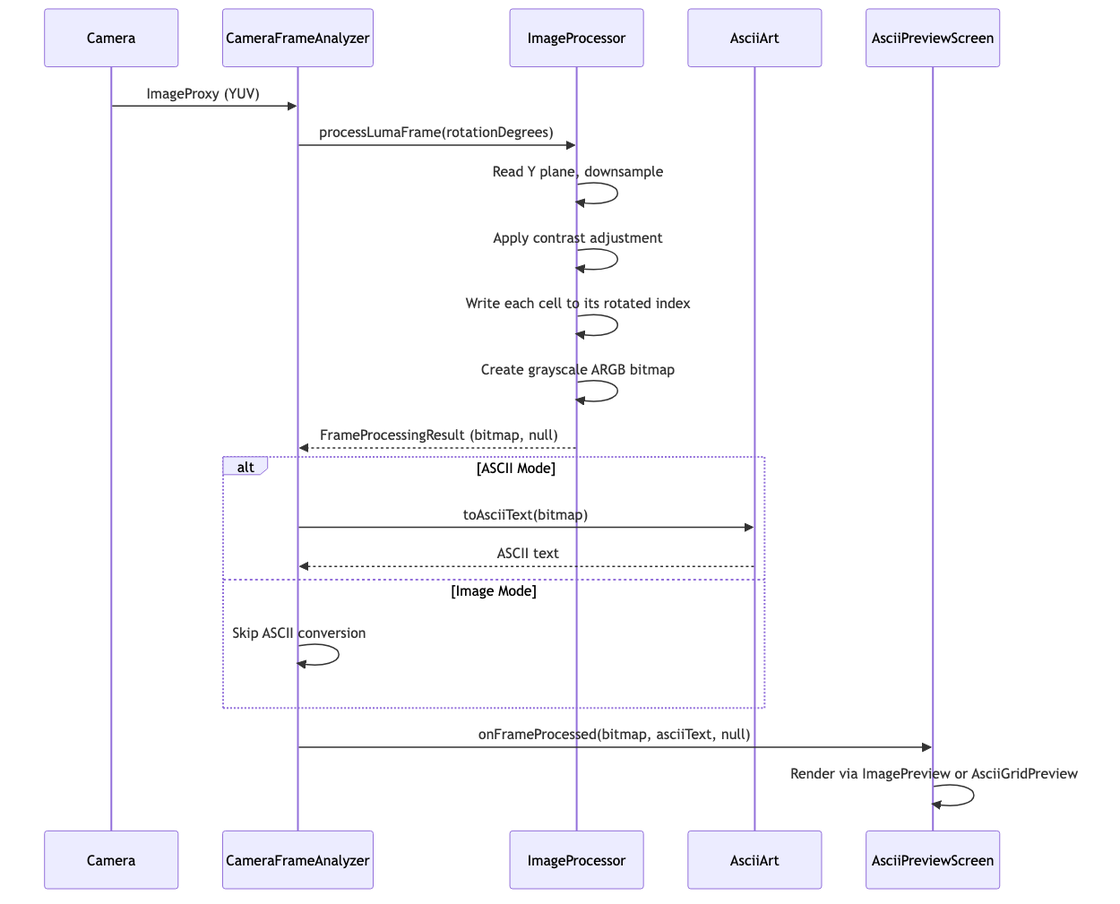
This is docs/sequence-grayscale.png from replicant1/AsciiArt, a Mermaid export, as it was before one commit. Its source is kept beside it as docs/sequence-grayscale.mmd.
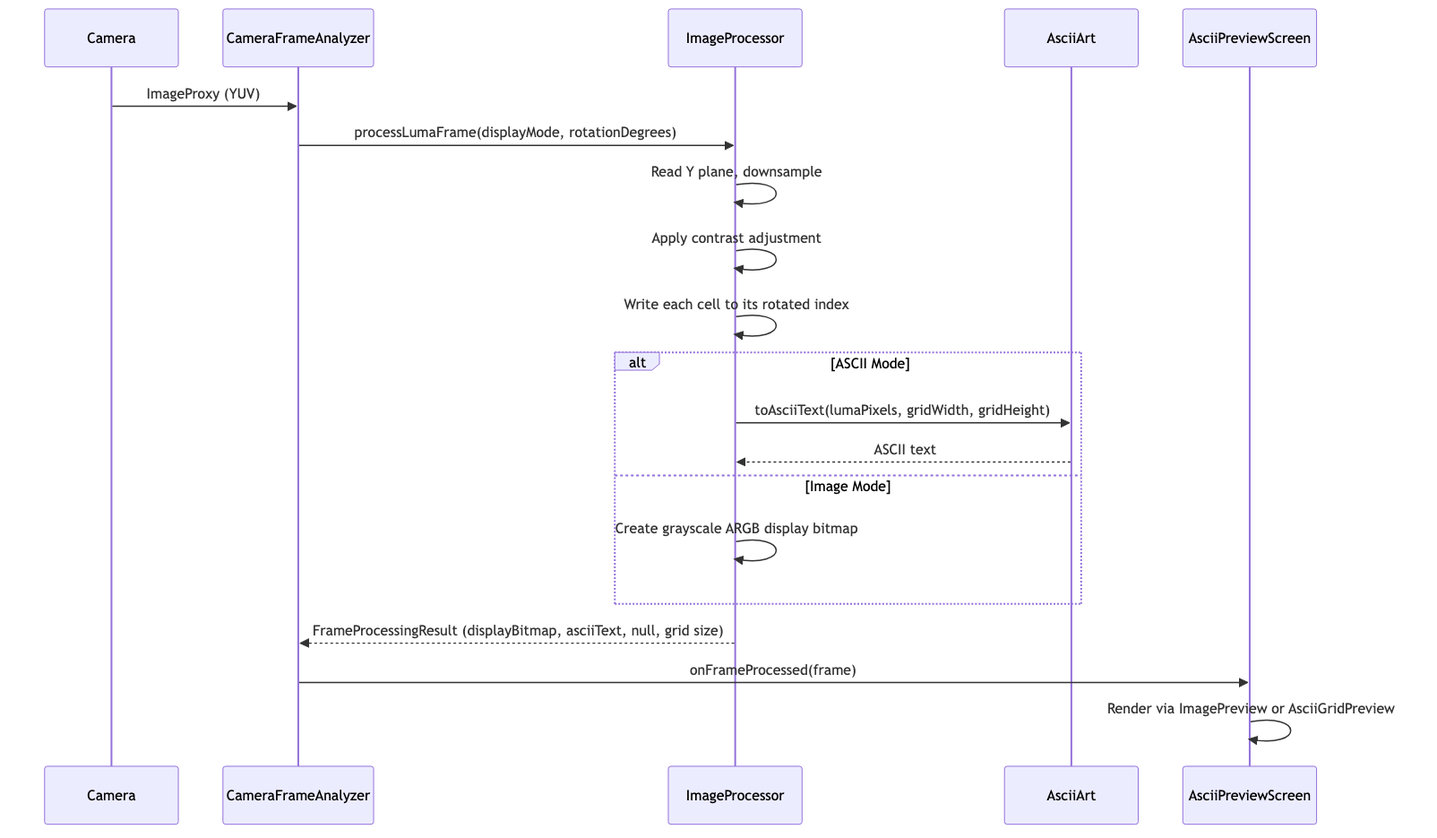
Above is the later version.

Diff of the diagram source:
```diff
@@ -6,17 +6,16 @@
     participant UI as AsciiPreviewScreen
 
     Camera->>CFA: ImageProxy (YUV)
-    CFA->>IP: processLumaFrame(rotationDegrees)
+    CFA->>IP: processLumaFrame(displayMode, rotationDegrees)
     IP->>IP: Read Y plane, downsample
     IP->>IP: Apply contrast adjustment
     IP->>IP: Write each cell to its rotated index
-    IP->>IP: Create grayscale ARGB bitmap
-    IP-->>CFA: FrameProcessingResult (bitmap, null)
     alt ASCII Mode
-        CFA->>AA: toAsciiText(bitmap)
-        AA-->>CFA: ASCII text
+        IP->>AA: toAsciiText(lumaPixels, gridWidth, gridHeight)
+        AA-->>IP: ASCII text
     else Image Mode
-        CFA->>CFA: Skip ASCII conversion
+        IP->>IP: Create grayscale ARGB display bitmap
     end
-    CFA->>UI: onFrameProcessed(bitmap, asciiText, null)
+    IP-->>CFA: FrameProcessingResult (displayBitmap, asciiText, null, grid size)
+    CFA->>UI: onFrameProcessed(frame)
     UI->>UI: Render via ImagePreview or AsciiGridPreview
```
